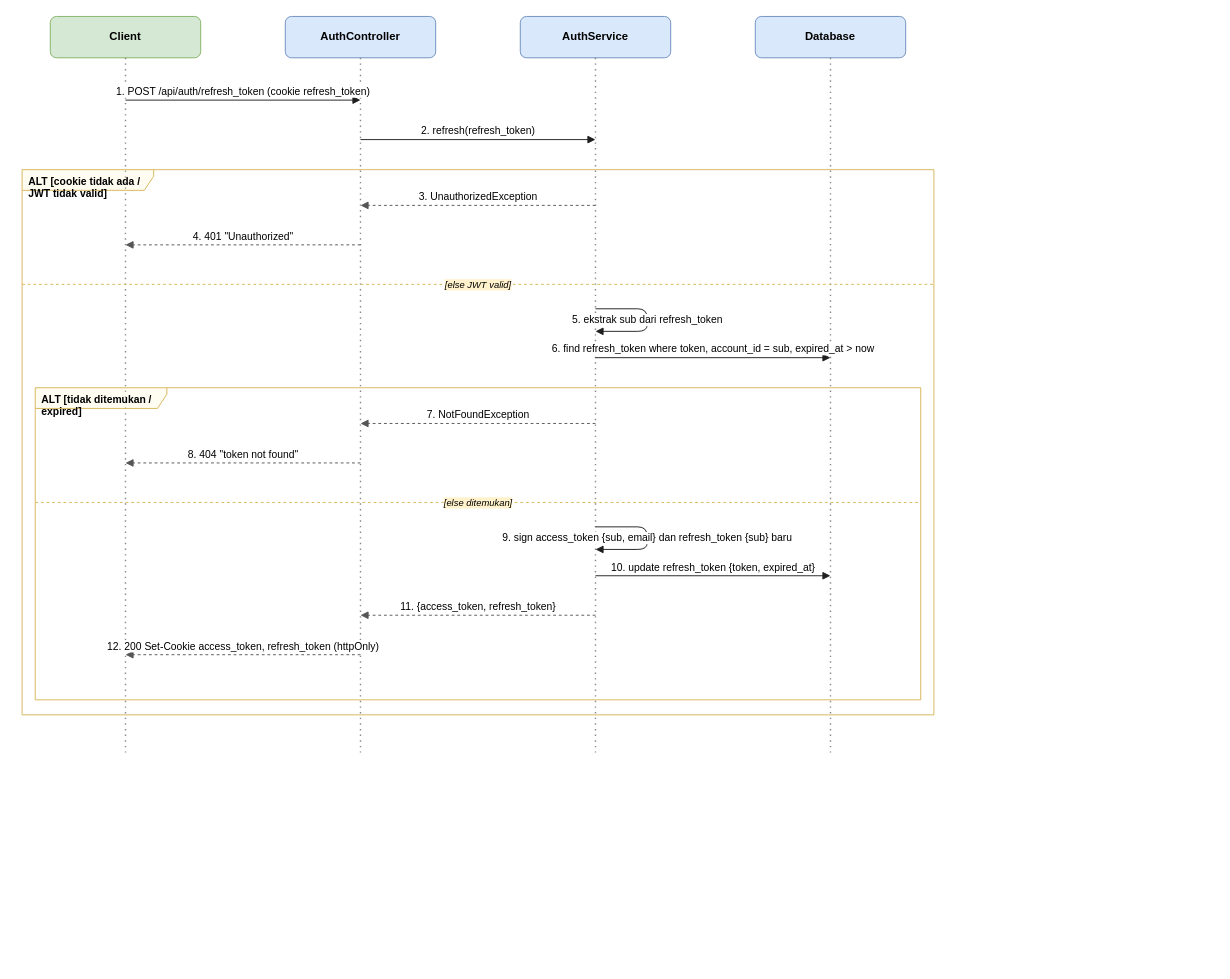
Earlier version of the draw.io diagram docs/diagrams/sequence/sequence-refresh-token.drawio (dimstyle/ruang-baca). Source tidied: cells renumbered, new cells numbered last; positions are measured from the earlier drawing's top-left corner, leaving out a move shared by most shapes. Both pictures are drawn from the tidied source at 94%, with x=0, y=0 at pixel (22, 16).
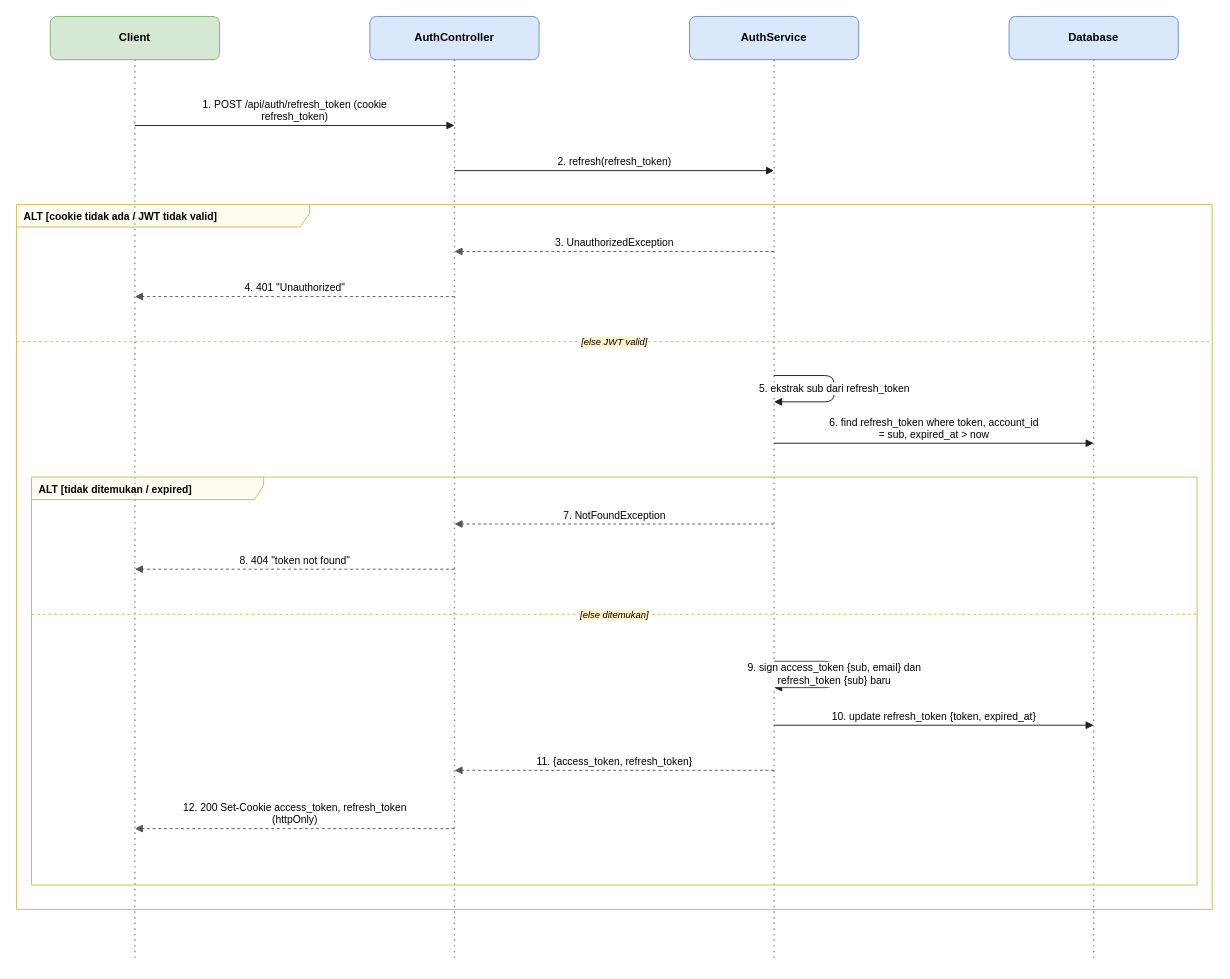
The same diagram, later.

Change to the diagram source:
```diff
@@
     <mxCell id="2" value="Client" style="rounded=1;whiteSpace=wrap;html=1;fillColor=#d5e8d4;strokeColor=#82b366;fontStyle=1;fontSize=12;" parent="1" vertex="1">
-      <mxGeometry x="30" width="160" height="44" as="geometry" />
+      <mxGeometry x="30" width="180" height="46" as="geometry" />
     </mxCell>
     <mxCell id="3" style="endArrow=none;dashed=1;html=1;dashPattern=1 3;strokeWidth=1.5;strokeColor=#888888;" parent="1" edge="1">
       <mxGeometry relative="1" as="geometry">
-        <mxPoint x="110" y="44" as="sourcePoint" />
-        <mxPoint x="110" y="783" as="targetPoint" />
+        <mxPoint x="120" y="46" as="sourcePoint" />
+        <mxPoint x="120" y="1004" as="targetPoint" />
       </mxGeometry>
     </mxCell>
     <mxCell id="4" value="AuthController" style="rounded=1;whiteSpace=wrap;html=1;fillColor=#dae8fc;strokeColor=#6c8ebf;fontStyle=1;fontSize=12;" parent="1" vertex="1">
-      <mxGeometry x="280" width="160" height="44" as="geometry" />
+      <mxGeometry x="370" width="180" height="46" as="geometry" />
     </mxCell>
     <mxCell id="5" style="endArrow=none;dashed=1;html=1;dashPattern=1 3;strokeWidth=1.5;strokeColor=#888888;" parent="1" edge="1">
       <mxGeometry relative="1" as="geometry">
-        <mxPoint x="360" y="44" as="sourcePoint" />
-        <mxPoint x="360" y="783" as="targetPoint" />
+        <mxPoint x="460" y="46" as="sourcePoint" />
+        <mxPoint x="460" y="1004" as="targetPoint" />
       </mxGeometry>
     </mxCell>
     <mxCell id="6" value="AuthService" style="rounded=1;whiteSpace=wrap;html=1;fillColor=#dae8fc;strokeColor=#6c8ebf;fontStyle=1;fontSize=12;" parent="1" vertex="1">
-      <mxGeometry x="530" width="160" height="44" as="geometry" />
+      <mxGeometry x="710" width="180" height="46" as="geometry" />
     </mxCell>
     <mxCell id="7" style="endArrow=none;dashed=1;html=1;dashPattern=1 3;strokeWidth=1.5;strokeColor=#888888;" parent="1" edge="1">
       <mxGeometry relative="1" as="geometry">
-        <mxPoint x="610" y="44" as="sourcePoint" />
-        <mxPoint x="610" y="783" as="targetPoint" />
+        <mxPoint x="800" y="46" as="sourcePoint" />
+        <mxPoint x="800" y="1004" as="targetPoint" />
       </mxGeometry>
     </mxCell>
     <mxCell id="8" value="Database" style="rounded=1;whiteSpace=wrap;html=1;fillColor=#dae8fc;strokeColor=#6c8ebf;fontStyle=1;fontSize=12;" parent="1" vertex="1">
-      <mxGeometry x="780" width="160" height="44" as="geometry" />
+      <mxGeometry x="1050" width="180" height="46" as="geometry" />
     </mxCell>
     <mxCell id="9" style="endArrow=none;dashed=1;html=1;dashPattern=1 3;strokeWidth=1.5;strokeColor=#888888;" parent="1" edge="1">
       <mxGeometry relative="1" as="geometry">
-        <mxPoint x="860" y="44" as="sourcePoint" />
-        <mxPoint x="860" y="783" as="targetPoint" />
+        <mxPoint x="1140" y="46" as="sourcePoint" />
+        <mxPoint x="1140" y="1004" as="targetPoint" />
       </mxGeometry>
     </mxCell>
-    <mxCell id="10" value="ALT [tidak ditemukan / expired]" style="shape=umlFrame;whiteSpace=wrap;html=1;width=140;height=22;boundedLbl=1;verticalAlign=top;align=left;spacingLeft=5;fillColor=#fff2cc;strokeColor=#d6b656;fillOpacity=25;fontSize=11;fontStyle=1;" parent="1" vertex="1">
-      <mxGeometry x="14" y="395" width="942" height="332" as="geometry" />
+    <mxCell id="10" value="ALT [tidak ditemukan / expired]" style="shape=umlFrame;whiteSpace=wrap;html=1;width=247;height=24;boundedLbl=1;verticalAlign=top;align=left;spacingLeft=6;fillColor=#fff2cc;strokeColor=#d6b656;fillOpacity=25;fontSize=11;fontStyle=1;" parent="1" vertex="1">
+      <mxGeometry x="10" y="490" width="1240" height="434" as="geometry" />
     </mxCell>
     <mxCell id="11" value="[else ditemukan]" style="endArrow=none;dashed=1;html=1;strokeColor=#d6b656;labelBackgroundColor=#fff2cc;fontSize=10;fontStyle=2;" parent="1" edge="1">
       <mxGeometry relative="1" as="geometry">
-        <mxPoint x="14" y="517" as="sourcePoint" />
-        <mxPoint x="956" y="517" as="targetPoint" />
+        <mxPoint x="10" y="636" as="sourcePoint" />
+        <mxPoint x="1250" y="636" as="targetPoint" />
       </mxGeometry>
     </mxCell>
-    <mxCell id="12" value="ALT [cookie tidak ada / JWT tidak valid]" style="shape=umlFrame;whiteSpace=wrap;html=1;width=140;height=22;boundedLbl=1;verticalAlign=top;align=left;spacingLeft=5;fillColor=#fff2cc;strokeColor=#d6b656;fillOpacity=25;fontSize=11;fontStyle=1;" parent="1" vertex="1">
-      <mxGeometry y="163" width="970" height="580" as="geometry" />
+    <mxCell id="12" value="ALT [cookie tidak ada / JWT tidak valid]" style="shape=umlFrame;whiteSpace=wrap;html=1;width=312;height=24;boundedLbl=1;verticalAlign=top;align=left;spacingLeft=6;fillColor=#fff2cc;strokeColor=#d6b656;fillOpacity=25;fontSize=11;fontStyle=1;" parent="1" vertex="1">
+      <mxGeometry x="-6" y="200" width="1272" height="750" as="geometry" />
     </mxCell>
     <mxCell id="13" value="[else JWT valid]" style="endArrow=none;dashed=1;html=1;strokeColor=#d6b656;labelBackgroundColor=#fff2cc;fontSize=10;fontStyle=2;" parent="1" edge="1">
       <mxGeometry relative="1" as="geometry">
-        <mxPoint y="285" as="sourcePoint" />
-        <mxPoint x="970" y="285" as="targetPoint" />
+        <mxPoint x="-6" y="346" as="sourcePoint" />
+        <mxPoint x="1266" y="346" as="targetPoint" />
       </mxGeometry>
     </mxCell>
-    <mxCell id="14" value="1. POST /api/auth/refresh_token (cookie refresh_token)" style="html=1;verticalAlign=bottom;endArrow=block;endFill=1;strokeColor=#1F1F1F;fontSize=11;labelBackgroundColor=#ffffff;" parent="1" edge="1">
+    <mxCell id="14" value="1. POST /api/auth/refresh_token (cookie&lt;br/&gt;refresh_token)" style="html=1;verticalAlign=bottom;endArrow=block;endFill=1;strokeColor=#1F1F1F;fontSize=11;labelBackgroundColor=#ffffff;" parent="1" edge="1">
       <mxGeometry relative="1" as="geometry">
-        <mxPoint x="110" y="89" as="sourcePoint" />
-        <mxPoint x="360" y="89" as="targetPoint" />
+        <mxPoint x="120" y="116" as="sourcePoint" />
+        <mxPoint x="460" y="116" as="targetPoint" />
       </mxGeometry>
     </mxCell>
     <mxCell id="15" value="2. refresh(refresh_token)" style="html=1;verticalAlign=bottom;endArrow=block;endFill=1;strokeColor=#1F1F1F;fontSize=11;labelBackgroundColor=#ffffff;" parent="1" edge="1">
       <mxGeometry relative="1" as="geometry">
-        <mxPoint x="360" y="131" as="sourcePoint" />
-        <mxPoint x="610" y="131" as="targetPoint" />
+        <mxPoint x="460" y="164" as="sourcePoint" />
+        <mxPoint x="800" y="164" as="targetPoint" />
       </mxGeometry>
     </mxCell>
     <mxCell id="16" value="3. UnauthorizedException" style="html=1;verticalAlign=bottom;endArrow=block;endFill=1;dashed=1;strokeColor=#555555;fontSize=11;labelBackgroundColor=#ffffff;" parent="1" edge="1">
       <mxGeometry relative="1" as="geometry">
-        <mxPoint x="610" y="201" as="sourcePoint" />
-        <mxPoint x="360" y="201" as="targetPoint" />
+        <mxPoint x="800" y="250" as="sourcePoint" />
+        <mxPoint x="460" y="250" as="targetPoint" />
       </mxGeometry>
     </mxCell>
     <mxCell id="17" value="4. 401 &quot;Unauthorized&quot;" style="html=1;verticalAlign=bottom;endArrow=block;endFill=1;dashed=1;strokeColor=#555555;fontSize=11;labelBackgroundColor=#ffffff;" parent="1" edge="1">
       <mxGeometry relative="1" as="geometry">
-        <mxPoint x="360" y="243" as="sourcePoint" />
-        <mxPoint x="110" y="243" as="targetPoint" />
+        <mxPoint x="460" y="298" as="sourcePoint" />
+        <mxPoint x="120" y="298" as="targetPoint" />
       </mxGeometry>
     </mxCell>
     <mxCell id="18" value="5. ekstrak sub dari refresh_token" style="edgeStyle=orthogonalEdgeStyle;rounded=1;html=1;endArrow=block;endFill=1;strokeColor=#1F1F1F;fontSize=11;labelBackgroundColor=#ffffff;" parent="1" edge="1">
       <mxGeometry relative="1" as="geometry">
-        <mxPoint x="610" y="311" as="sourcePoint" />
-        <mxPoint x="610" y="335" as="targetPoint" />
+        <mxPoint x="800" y="382" as="sourcePoint" />
+        <mxPoint x="800" y="410" as="targetPoint" />
         <Array as="points">
-          <mxPoint x="665" y="311" />
-          <mxPoint x="665" y="335" />
+          <mxPoint x="864" y="382" />
+          <mxPoint x="864" y="410" />
         </Array>
       </mxGeometry>
     </mxCell>
-    <mxCell id="19" value="6. find refresh_token where token, account_id = sub, expired_at &gt; now" style="html=1;verticalAlign=bottom;endArrow=block;endFill=1;strokeColor=#1F1F1F;fontSize=11;labelBackgroundColor=#ffffff;" parent="1" edge="1">
+    <mxCell id="19" value="6. find refresh_token where token, account_id&lt;br/&gt;= sub, expired_at &gt; now" style="html=1;verticalAlign=bottom;endArrow=block;endFill=1;strokeColor=#1F1F1F;fontSize=11;labelBackgroundColor=#ffffff;" parent="1" edge="1">
       <mxGeometry relative="1" as="geometry">
-        <mxPoint x="610" y="363" as="sourcePoint" />
-        <mxPoint x="860" y="363" as="targetPoint" />
+        <mxPoint x="800" y="454" as="sourcePoint" />
+        <mxPoint x="1140" y="454" as="targetPoint" />
       </mxGeometry>
     </mxCell>
     <mxCell id="20" value="7. NotFoundException" style="html=1;verticalAlign=bottom;endArrow=block;endFill=1;dashed=1;strokeColor=#555555;fontSize=11;labelBackgroundColor=#ffffff;" parent="1" edge="1">
       <mxGeometry relative="1" as="geometry">
-        <mxPoint x="610" y="433" as="sourcePoint" />
-        <mxPoint x="360" y="433" as="targetPoint" />
+        <mxPoint x="800" y="540" as="sourcePoint" />
+        <mxPoint x="460" y="540" as="targetPoint" />
       </mxGeometry>
     </mxCell>
     <mxCell id="21" value="8. 404 &quot;token not found&quot;" style="html=1;verticalAlign=bottom;endArrow=block;endFill=1;dashed=1;strokeColor=#555555;fontSize=11;labelBackgroundColor=#ffffff;" parent="1" edge="1">
       <mxGeometry relative="1" as="geometry">
-        <mxPoint x="360" y="475" as="sourcePoint" />
-        <mxPoint x="110" y="475" as="targetPoint" />
+        <mxPoint x="460" y="588" as="sourcePoint" />
+        <mxPoint x="120" y="588" as="targetPoint" />
       </mxGeometry>
     </mxCell>
-    <mxCell id="22" value="9. sign access_token {sub, email} dan refresh_token {sub} baru" style="edgeStyle=orthogonalEdgeStyle;rounded=1;html=1;endArrow=block;endFill=1;strokeColor=#1F1F1F;fontSize=11;labelBackgroundColor=#ffffff;" parent="1" edge="1">
+    <mxCell id="22" value="9. sign access_token {sub, email} dan&lt;br/&gt;refresh_token {sub} baru" style="edgeStyle=orthogonalEdgeStyle;rounded=1;html=1;endArrow=block;endFill=1;strokeColor=#1F1F1F;fontSize=11;labelBackgroundColor=#ffffff;" parent="1" edge="1">
       <mxGeometry relative="1" as="geometry">
-        <mxPoint x="610" y="543" as="sourcePoint" />
-        <mxPoint x="610" y="567" as="targetPoint" />
+        <mxPoint x="800" y="686" as="sourcePoint" />
+        <mxPoint x="800" y="714" as="targetPoint" />
         <Array as="points">
-          <mxPoint x="665" y="543" />
-          <mxPoint x="665" y="567" />
+          <mxPoint x="864" y="686" />
+          <mxPoint x="864" y="714" />
         </Array>
       </mxGeometry>
     </mxCell>
     <mxCell id="23" value="10. update refresh_token {token, expired_at}" style="html=1;verticalAlign=bottom;endArrow=block;endFill=1;strokeColor=#1F1F1F;fontSize=11;labelBackgroundColor=#ffffff;" parent="1" edge="1">
       <mxGeometry relative="1" as="geometry">
-        <mxPoint x="610" y="595" as="sourcePoint" />
-        <mxPoint x="860" y="595" as="targetPoint" />
+        <mxPoint x="800" y="754" as="sourcePoint" />
+        <mxPoint x="1140" y="754" as="targetPoint" />
       </mxGeometry>
     </mxCell>
     <mxCell id="24" value="11. {access_token, refresh_token}" style="html=1;verticalAlign=bottom;endArrow=block;endFill=1;dashed=1;strokeColor=#555555;fontSize=11;labelBackgroundColor=#ffffff;" parent="1" edge="1">
       <mxGeometry relative="1" as="geometry">
-        <mxPoint x="610" y="637" as="sourcePoint" />
-        <mxPoint x="360" y="637" as="targetPoint" />
+        <mxPoint x="800" y="802" as="sourcePoint" />
+        <mxPoint x="460" y="802" as="targetPoint" />
       </mxGeometry>
     </mxCell>
-    <mxCell id="25" value="12. 200 Set-Cookie access_token, refresh_token (httpOnly)" style="html=1;verticalAlign=bottom;endArrow=block;endFill=1;dashed=1;strokeColor=#555555;fontSize=11;labelBackgroundColor=#ffffff;" parent="1" edge="1">
+    <mxCell id="25" value="12. 200 Set-Cookie access_token, refresh_token&lt;br/&gt;(httpOnly)" style="html=1;verticalAlign=bottom;endArrow=block;endFill=1;dashed=1;strokeColor=#555555;fontSize=11;labelBackgroundColor=#ffffff;" parent="1" edge="1">
       <mxGeometry relative="1" as="geometry">
-        <mxPoint x="360" y="679" as="sourcePoint" />
-        <mxPoint x="110" y="679" as="targetPoint" />
+        <mxPoint x="460" y="864" as="sourcePoint" />
+        <mxPoint x="120" y="864" as="targetPoint" />
       </mxGeometry>
     </mxCell>
```
